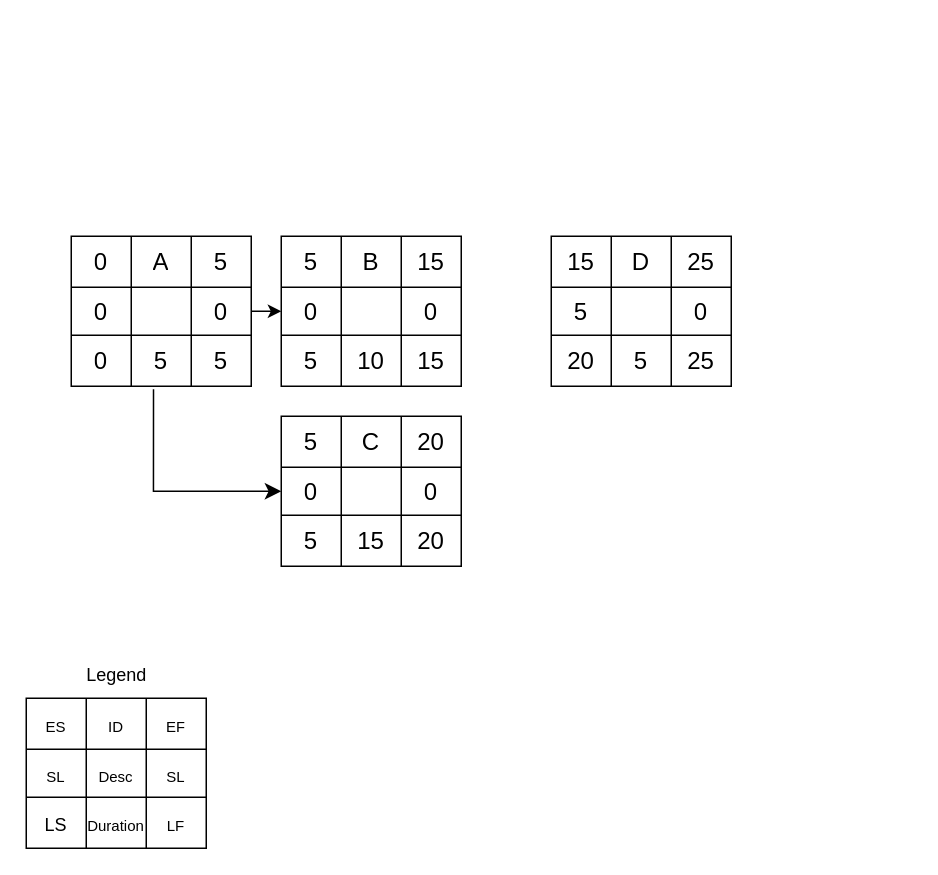
The draw.io diagram tuto2wix2002q2.drawio in justn0thinghere/drawio, before the edit. Source tidied: cells renumbered, new cells numbered last; positions are measured from the earlier drawing's top-left corner, leaving out a move shared by most shapes. Both pictures are drawn from the tidied source at 150%, with x=0, y=0 at pixel (26, 236).
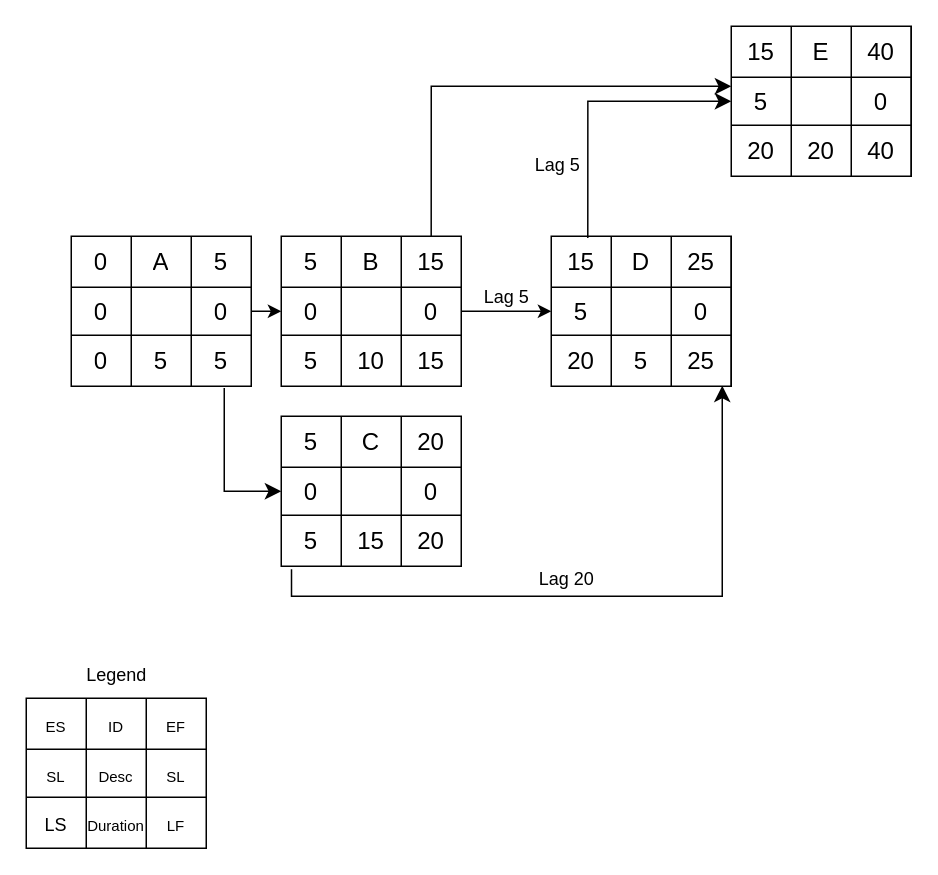
The same diagram, later.

Unchanged cells that the change refers to:
```xml
<mxCell id="11" style="shape=tableRow;horizontal=0;startSize=0;swimlaneHead=0;swimlaneBody=0;strokeColor=inherit;top=0;left=0;bottom=0;right=0;fillColor=none;points=[[0,0.5],[1,0.5]];portConstraint=eastwest;fontSize=16;" parent="2" vertex="1">
  <mxGeometry y="66" width="120" height="34" as="geometry" />
</mxCell>
<mxCell id="30" style="shape=tableRow;horizontal=0;startSize=0;swimlaneHead=0;swimlaneBody=0;strokeColor=inherit;top=0;left=0;bottom=0;right=0;fillColor=none;points=[[0,0.5],[1,0.5]];portConstraint=eastwest;fontSize=16;" parent="29" vertex="1">
  <mxGeometry width="120" height="34" as="geometry" />
</mxCell>
<mxCell id="34" style="shape=tableRow;horizontal=0;startSize=0;swimlaneHead=0;swimlaneBody=0;strokeColor=inherit;top=0;left=0;bottom=0;right=0;fillColor=none;points=[[0,0.5],[1,0.5]];portConstraint=eastwest;fontSize=16;" parent="29" vertex="1">
  <mxGeometry y="34" width="120" height="32" as="geometry" />
</mxCell>
<mxCell id="48" style="shape=tableRow;horizontal=0;startSize=0;swimlaneHead=0;swimlaneBody=0;strokeColor=inherit;top=0;left=0;bottom=0;right=0;fillColor=none;points=[[0,0.5],[1,0.5]];portConstraint=eastwest;fontSize=16;" parent="43" vertex="1">
  <mxGeometry y="34" width="120" height="32" as="geometry" />
</mxCell>
<mxCell id="52" style="shape=tableRow;horizontal=0;startSize=0;swimlaneHead=0;swimlaneBody=0;strokeColor=inherit;top=0;left=0;bottom=0;right=0;fillColor=none;points=[[0,0.5],[1,0.5]];portConstraint=eastwest;fontSize=16;" parent="43" vertex="1">
  <mxGeometry y="66" width="120" height="34" as="geometry" />
</mxCell>
<mxCell id="58" style="shape=tableRow;horizontal=0;startSize=0;swimlaneHead=0;swimlaneBody=0;strokeColor=inherit;top=0;left=0;bottom=0;right=0;fillColor=none;points=[[0,0.5],[1,0.5]];portConstraint=eastwest;fontSize=16;" parent="57" vertex="1">
  <mxGeometry width="120" height="34" as="geometry" />
</mxCell>
<mxCell id="62" style="shape=tableRow;horizontal=0;startSize=0;swimlaneHead=0;swimlaneBody=0;strokeColor=inherit;top=0;left=0;bottom=0;right=0;fillColor=none;points=[[0,0.5],[1,0.5]];portConstraint=eastwest;fontSize=16;" parent="57" vertex="1">
  <mxGeometry y="34" width="120" height="32" as="geometry" />
</mxCell>
<mxCell id="66" style="shape=tableRow;horizontal=0;startSize=0;swimlaneHead=0;swimlaneBody=0;strokeColor=inherit;top=0;left=0;bottom=0;right=0;fillColor=none;points=[[0,0.5],[1,0.5]];portConstraint=eastwest;fontSize=16;" parent="57" vertex="1">
  <mxGeometry y="66" width="120" height="34" as="geometry" />
</mxCell>
```

Change to the diagram source:
```diff
@@
-    <mxCell id="56" style="edgeStyle=segmentEdgeStyle;endArrow=classic;html=1;curved=0;rounded=0;endSize=8;startSize=8;exitX=0.457;exitY=1.059;exitDx=0;exitDy=0;exitPerimeter=0;entryX=0;entryY=0.5;entryDx=0;entryDy=0;" parent="1" edge="1" source="11" target="48">
+    <mxCell id="56" style="edgeStyle=segmentEdgeStyle;endArrow=classic;html=1;curved=0;rounded=0;endSize=8;startSize=8;exitX=0.85;exitY=1.035;exitDx=0;exitDy=0;exitPerimeter=0;entryX=0;entryY=0.5;entryDx=0;entryDy=0;" parent="1" edge="1" source="11" target="48">
       <mxGeometry relative="1" as="geometry">
         <Array as="points">
-          <mxPoint x="85" y="170" />
+          <mxPoint x="132" y="170" />
         </Array>
       </mxGeometry>
     </mxCell>
@@
+    <mxCell id="70" style="shape=table;startSize=0;childLayout=tableLayout;fontSize=16;" parent="66" vertex="1">
+      <mxGeometry x="120" height="34" as="geometry" />
+    </mxCell>
+    <mxCell id="71" style="edgeStyle=elbowEdgeStyle;elbow=vertical;endArrow=classic;html=1;curved=0;rounded=0;endSize=8;startSize=8;exitX=0.057;exitY=1.059;exitDx=0;exitDy=0;exitPerimeter=0;entryX=0.95;entryY=0.988;entryDx=0;entryDy=0;entryPerimeter=0;" parent="1" edge="1" source="52" target="66">
+      <mxGeometry relative="1" as="geometry">
+        <Array as="points">
+          <mxPoint x="330" y="240" />
+        </Array>
+      </mxGeometry>
+    </mxCell>
+    <mxCell id="72" value="Lag 20" style="text;html=1;align=center;verticalAlign=middle;strokeColor=none;fillColor=none;" parent="1" vertex="1">
+      <mxGeometry x="330" y="214" width="60" height="30" as="geometry" />
+    </mxCell>
+    <mxCell id="73" style="endArrow=classic;html=1;rounded=0;exitX=1;exitY=0.5;exitDx=0;exitDy=0;entryX=0;entryY=0.5;entryDx=0;entryDy=0;" parent="1" edge="1" source="34" target="62">
+      <mxGeometry relative="1" as="geometry" />
+    </mxCell>
+    <mxCell id="74" value="Lag 5" style="text;html=1;align=center;verticalAlign=middle;strokeColor=none;fillColor=none;" parent="1" vertex="1">
+      <mxGeometry x="295" y="26" width="50" height="30" as="geometry" />
+    </mxCell>
+    <mxCell id="75" style="shape=table;startSize=0;childLayout=tableLayout;fontSize=16;" parent="1" vertex="1">
+      <mxGeometry x="470" y="-140" width="120" height="100" as="geometry" />
+    </mxCell>
+    <mxCell id="76" style="shape=tableRow;horizontal=0;startSize=0;swimlaneHead=0;swimlaneBody=0;strokeColor=inherit;top=0;left=0;bottom=0;right=0;fillColor=none;fontSize=16;" parent="75" vertex="1">
+      <mxGeometry width="120" height="34" as="geometry" />
+    </mxCell>
+    <mxCell id="77" value="15" style="shape=partialRectangle;html=1;whiteSpace=wrap;strokeColor=inherit;overflow=hidden;fillColor=none;top=0;left=0;bottom=0;right=0;fontSize=16;" parent="76" vertex="1">
+      <mxGeometry width="40" height="34" as="geometry" />
+    </mxCell>
+    <mxCell id="78" value="E" style="shape=partialRectangle;html=1;whiteSpace=wrap;strokeColor=inherit;overflow=hidden;fillColor=none;top=0;left=0;bottom=0;right=0;fontSize=16;" parent="76" vertex="1">
+      <mxGeometry x="40" width="40" height="34" as="geometry" />
+    </mxCell>
+    <mxCell id="79" value="40" style="shape=partialRectangle;html=1;whiteSpace=wrap;strokeColor=inherit;overflow=hidden;fillColor=none;top=0;left=0;bottom=0;right=0;fontSize=16;" parent="76" vertex="1">
+      <mxGeometry x="80" width="40" height="34" as="geometry" />
+    </mxCell>
+    <mxCell id="80" style="shape=tableRow;horizontal=0;startSize=0;swimlaneHead=0;swimlaneBody=0;strokeColor=inherit;top=0;left=0;bottom=0;right=0;fillColor=none;points=[[0,0.5],[1,0.5]];portConstraint=eastwest;fontSize=16;" parent="75" vertex="1">
+      <mxGeometry y="34" width="120" height="32" as="geometry" />
+    </mxCell>
+    <mxCell id="81" value="5" style="shape=partialRectangle;html=1;whiteSpace=wrap;strokeColor=inherit;overflow=hidden;fillColor=none;top=0;left=0;bottom=0;right=0;fontSize=16;" parent="80" vertex="1">
+      <mxGeometry width="40" height="32" as="geometry" />
+    </mxCell>
+    <mxCell id="82" style="shape=partialRectangle;html=1;whiteSpace=wrap;strokeColor=inherit;overflow=hidden;fillColor=none;top=0;left=0;bottom=0;right=0;fontSize=16;" parent="80" vertex="1">
+      <mxGeometry x="40" width="40" height="32" as="geometry" />
+    </mxCell>
+    <mxCell id="83" value="0" style="shape=partialRectangle;html=1;whiteSpace=wrap;strokeColor=inherit;overflow=hidden;fillColor=none;top=0;left=0;bottom=0;right=0;fontSize=16;" parent="80" vertex="1">
+      <mxGeometry x="80" width="40" height="32" as="geometry" />
+    </mxCell>
+    <mxCell id="84" style="shape=tableRow;horizontal=0;startSize=0;swimlaneHead=0;swimlaneBody=0;strokeColor=inherit;top=0;left=0;bottom=0;right=0;fillColor=none;fontSize=16;" parent="75" vertex="1">
+      <mxGeometry y="66" width="120" height="34" as="geometry" />
+    </mxCell>
+    <mxCell id="85" value="20" style="shape=partialRectangle;html=1;whiteSpace=wrap;strokeColor=inherit;overflow=hidden;fillColor=none;top=0;left=0;bottom=0;right=0;fontSize=16;" parent="84" vertex="1">
+      <mxGeometry width="40" height="34" as="geometry" />
+    </mxCell>
+    <mxCell id="86" value="20" style="shape=partialRectangle;html=1;whiteSpace=wrap;strokeColor=inherit;overflow=hidden;fillColor=none;top=0;left=0;bottom=0;right=0;fontSize=16;" parent="84" vertex="1">
+      <mxGeometry x="40" width="40" height="34" as="geometry" />
+    </mxCell>
+    <mxCell id="87" value="40" style="shape=partialRectangle;html=1;whiteSpace=wrap;strokeColor=inherit;overflow=hidden;fillColor=none;top=0;left=0;bottom=0;right=0;fontSize=16;" parent="84" vertex="1">
+      <mxGeometry x="80" width="40" height="34" as="geometry" />
+    </mxCell>
+    <mxCell id="88" style="shape=table;startSize=0;childLayout=tableLayout;fontSize=16;" parent="84" vertex="1">
+      <mxGeometry x="120" height="34" as="geometry" />
+    </mxCell>
+    <mxCell id="89" style="edgeStyle=segmentEdgeStyle;endArrow=classic;html=1;curved=0;rounded=0;endSize=8;startSize=8;exitX=0.833;exitY=0;exitDx=0;exitDy=0;exitPerimeter=0;" parent="1" edge="1" source="30">
+      <mxGeometry relative="1" as="geometry">
+        <mxPoint x="470" y="-100" as="targetPoint" />
+        <Array as="points">
+          <mxPoint x="270" y="-100" />
+          <mxPoint x="470" y="-100" />
+        </Array>
+      </mxGeometry>
+    </mxCell>
+    <mxCell id="90" style="edgeStyle=segmentEdgeStyle;endArrow=classic;html=1;curved=0;rounded=0;endSize=8;startSize=8;exitX=0.203;exitY=0.035;exitDx=0;exitDy=0;exitPerimeter=0;entryX=0;entryY=0.5;entryDx=0;entryDy=0;" parent="1" edge="1" source="58" target="80">
+      <mxGeometry relative="1" as="geometry">
+        <Array as="points">
+          <mxPoint x="374" y="-90" />
+        </Array>
+      </mxGeometry>
+    </mxCell>
+    <mxCell id="91" value="Lag 5" style="text;html=1;align=center;verticalAlign=middle;strokeColor=none;fillColor=none;" parent="1" vertex="1">
+      <mxGeometry x="329" y="-62" width="50" height="30" as="geometry" />
+    </mxCell>
```
